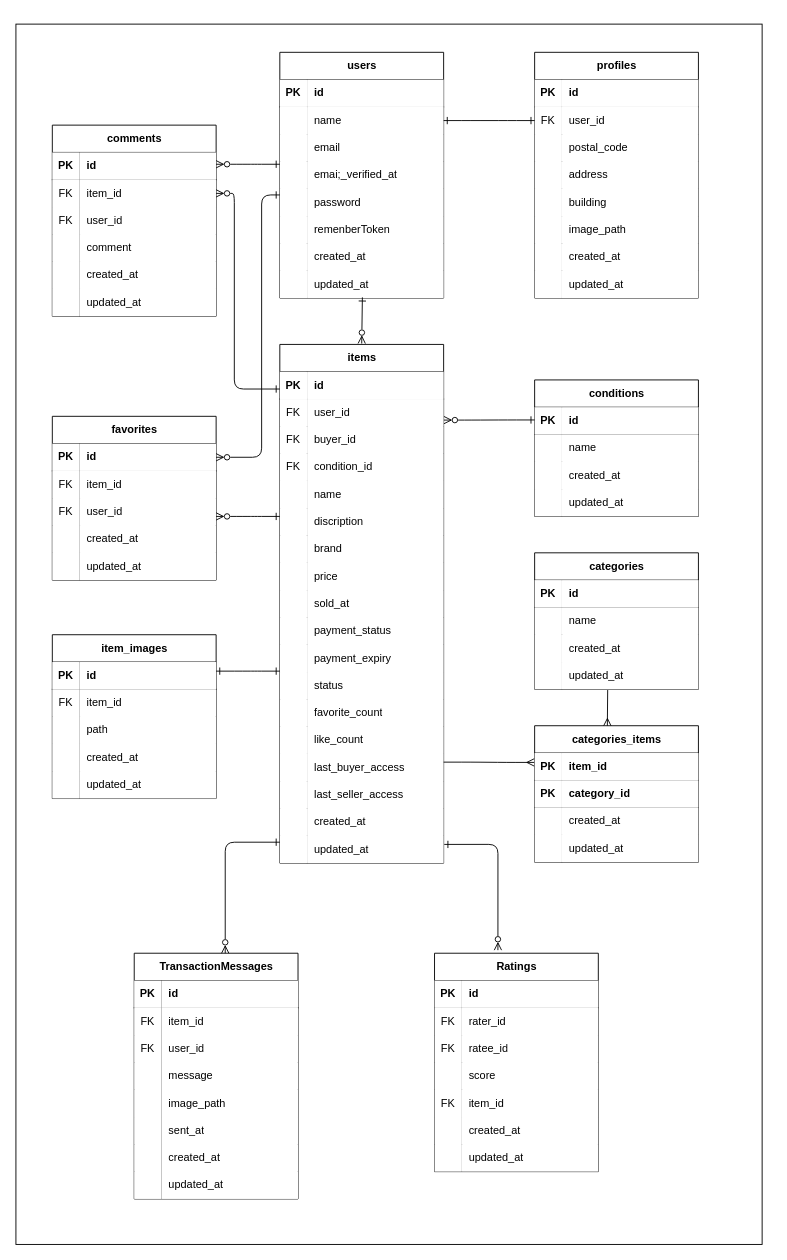
Before: erd.dio in KOU-jpg/SubmitProTest, a draw.io diagram. Source tidied: cells renumbered, new cells numbered last; positions are measured from the earlier drawing's top-left corner, leaving out a move shared by most shapes. Both pictures are drawn from the tidied source at 91%, with x=0, y=0 at pixel (15, 24).
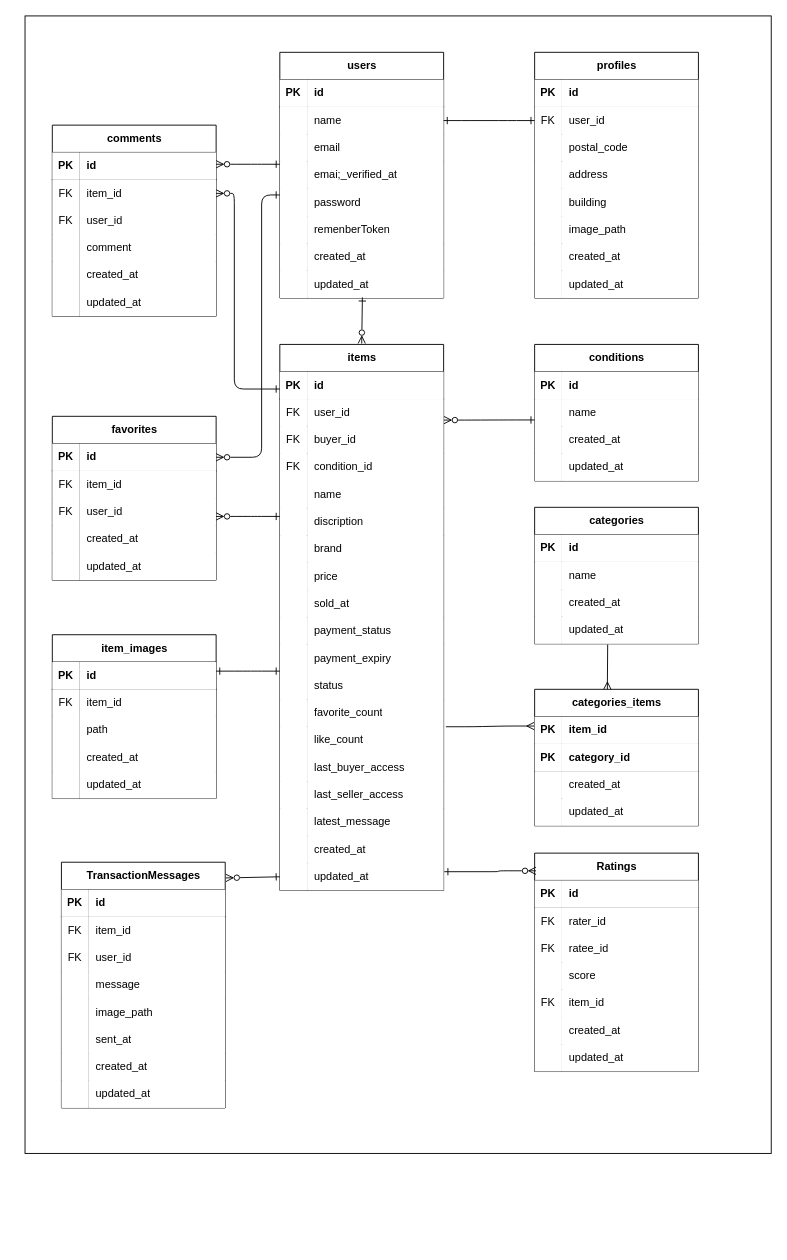
Above is the later version.

Unchanged cells that the change refers to:
```xml
<mxCell id="100" style="shape=tableRow;horizontal=0;startSize=0;swimlaneHead=0;swimlaneBody=0;fillColor=none;points=[[0,0.5],[1,0.5]];portConstraint=eastwest;top=0;left=0;right=0;bottom=0;" parent="63" vertex="1">
  <mxGeometry y="390" width="180" height="30" as="geometry" />
</mxCell>
<mxCell id="186" style="shape=tableRow;horizontal=0;startSize=0;swimlaneHead=0;swimlaneBody=0;fillColor=none;points=[[0,0.5],[1,0.5]];portConstraint=eastwest;top=0;left=0;right=0;bottom=1;" parent="185" vertex="1">
  <mxGeometry y="30" width="180" height="30" as="geometry" />
</mxCell>
```

Change to the diagram source:
```diff
@@
     <mxCell id="2" style="rounded=0;whiteSpace=wrap;html=1;" parent="1" vertex="1">
-      <mxGeometry width="820" height="1341" as="geometry" />
+      <mxGeometry x="10" y="-9" width="820" height="1250" as="geometry" />
     </mxCell>
@@
     <mxCell id="63" value="items" style="shape=table;startSize=30;childLayout=tableLayout;rowLines=0;fontStyle=1;align=center;html=1;" parent="1" vertex="1">
-      <mxGeometry x="290" y="352" width="180" height="570" as="geometry" />
+      <mxGeometry x="290" y="352" width="180" height="600" as="geometry" />
     </mxCell>
@@
+    <mxCell id="257" style="shape=tableRow;horizontal=0;startSize=0;swimlaneHead=0;swimlaneBody=0;fillColor=none;top=0;left=0;right=0;bottom=0;" parent="63" vertex="1">
+      <mxGeometry y="510" width="180" height="30" as="geometry" />
+    </mxCell>
+    <mxCell id="258" style="shape=partialRectangle;top=0;left=0;bottom=0;right=0;overflow=hidden;whiteSpace=wrap;html=1;" parent="257" vertex="1">
+      <mxGeometry width="30" height="30" as="geometry" />
+    </mxCell>
+    <mxCell id="259" value="latest_message" style="shape=partialRectangle;top=0;left=0;bottom=0;right=0;align=left;spacingLeft=6;overflow=hidden;whiteSpace=wrap;html=1;" parent="257" vertex="1">
+      <mxGeometry x="30" width="150" height="30" as="geometry" />
+    </mxCell>
     <mxCell id="112" style="shape=tableRow;horizontal=0;startSize=0;swimlaneHead=0;swimlaneBody=0;fillColor=none;top=0;left=0;right=0;bottom=0;" parent="63" vertex="1">
-      <mxGeometry y="510" width="180" height="30" as="geometry" />
+      <mxGeometry y="540" width="180" height="30" as="geometry" />
     </mxCell>
@@
     <mxCell id="115" style="shape=tableRow;horizontal=0;startSize=0;swimlaneHead=0;swimlaneBody=0;fillColor=none;points=[[0,0.5],[1,0.5]];portConstraint=eastwest;top=0;left=0;right=0;bottom=0;" parent="63" vertex="1">
-      <mxGeometry y="540" width="180" height="30" as="geometry" />
+      <mxGeometry y="570" width="180" height="30" as="geometry" />
     </mxCell>
@@
     <mxCell id="159" value="conditions" style="shape=table;startSize=30;childLayout=tableLayout;rowLines=0;fontStyle=1;align=center;html=1;" parent="1" vertex="1">
-      <mxGeometry x="570" y="391" width="180" height="150" as="geometry" />
+      <mxGeometry x="570" y="352" width="180" height="150" as="geometry" />
     </mxCell>
@@
     <mxCell id="172" value="categories" style="shape=table;startSize=30;childLayout=tableLayout;rowLines=0;fontStyle=1;align=center;html=1;" parent="1" vertex="1">
-      <mxGeometry x="570" y="581" width="180" height="150" as="geometry" />
+      <mxGeometry x="570" y="531" width="180" height="150" as="geometry" />
     </mxCell>
@@
     <mxCell id="185" value="categories_items" style="shape=table;startSize=30;childLayout=tableLayout;rowLines=0;fontStyle=1;align=center;html=1;" parent="1" vertex="1">
-      <mxGeometry x="570" y="771" width="180" height="150" as="geometry" />
+      <mxGeometry x="570" y="731" width="180" height="150" as="geometry" />
     </mxCell>
@@
-    <mxCell id="206" style="edgeStyle=entityRelationEdgeStyle;fontSize=12;html=1;endArrow=ERmany;startArrow=none;exitX=1;exitY=0.5;exitDx=0;exitDy=0;endFill=0;startFill=0;entryX=-0.003;entryY=0.344;entryDx=0;entryDy=0;entryPerimeter=0;" parent="1" edge="1" target="186">
-      <mxGeometry relative="1" as="geometry">
-        <mxPoint x="470" y="811" as="sourcePoint" />
-      </mxGeometry>
+    <mxCell id="206" style="edgeStyle=entityRelationEdgeStyle;fontSize=12;html=1;endArrow=ERmany;startArrow=none;exitX=1.014;exitY=1.004;exitDx=0;exitDy=0;endFill=0;startFill=0;entryX=-0.003;entryY=0.344;entryDx=0;entryDy=0;entryPerimeter=0;exitPerimeter=0;" parent="1" edge="1" source="100" target="186">
+      <mxGeometry relative="1" as="geometry" />
     </mxCell>
@@
     <mxCell id="208" value="TransactionMessages" style="shape=table;startSize=30;childLayout=tableLayout;rowLines=0;fontStyle=1;align=center;html=1;" parent="1" vertex="1">
-      <mxGeometry x="130" y="1021" width="180" height="270" as="geometry" />
+      <mxGeometry x="50" y="921" width="180" height="270" as="geometry" />
     </mxCell>
@@
     <mxCell id="233" value="Ratings" style="shape=table;startSize=30;childLayout=tableLayout;rowLines=0;fontStyle=1;align=center;html=1;" parent="1" vertex="1">
-      <mxGeometry x="460" y="1021" width="180" height="240" as="geometry" />
+      <mxGeometry x="570" y="911" width="180" height="240" as="geometry" />
     </mxCell>
@@
-    <mxCell id="255" style="fontSize=12;html=1;endArrow=ERone;startArrow=ERzeroToMany;endFill=0;startFill=0;edgeStyle=orthogonalEdgeStyle;exitX=0.611;exitY=0;exitDx=0;exitDy=0;exitPerimeter=0;entryX=0;entryY=0.233;entryDx=0;entryDy=0;entryPerimeter=0;" parent="1" edge="1" target="115">
-      <mxGeometry relative="1" as="geometry">
-        <mxPoint x="230" y="1021" as="sourcePoint" />
-        <Array as="points">
-          <mxPoint x="230" y="899" />
-        </Array>
-      </mxGeometry>
+    <mxCell id="255" style="fontSize=12;html=1;endArrow=ERone;startArrow=ERzeroToMany;endFill=0;startFill=0;exitX=1.004;exitY=0.064;exitDx=0;exitDy=0;exitPerimeter=0;entryX=0;entryY=0.5;entryDx=0;entryDy=0;" parent="1" edge="1" source="208" target="115">
+      <mxGeometry relative="1" as="geometry" />
     </mxCell>
-    <mxCell id="256" style="fontSize=12;html=1;endArrow=ERone;startArrow=ERzeroToMany;exitX=0.387;exitY=-0.014;exitDx=0;exitDy=0;endFill=0;startFill=0;entryX=1.004;entryY=0.314;entryDx=0;entryDy=0;entryPerimeter=0;edgeStyle=orthogonalEdgeStyle;exitPerimeter=0;" parent="1" edge="1" source="233" target="115">
+    <mxCell id="256" style="fontSize=12;html=1;endArrow=ERone;startArrow=ERzeroToMany;endFill=0;startFill=0;entryX=1.004;entryY=0.314;entryDx=0;entryDy=0;entryPerimeter=0;edgeStyle=orthogonalEdgeStyle;exitX=0.008;exitY=0.081;exitDx=0;exitDy=0;exitPerimeter=0;" parent="1" edge="1" source="233" target="115">
       <mxGeometry relative="1" as="geometry">
         <Array as="points">
-          <mxPoint x="530" y="901" />
+          <mxPoint x="530" y="930" />
         </Array>
       </mxGeometry>
     </mxCell>
```
